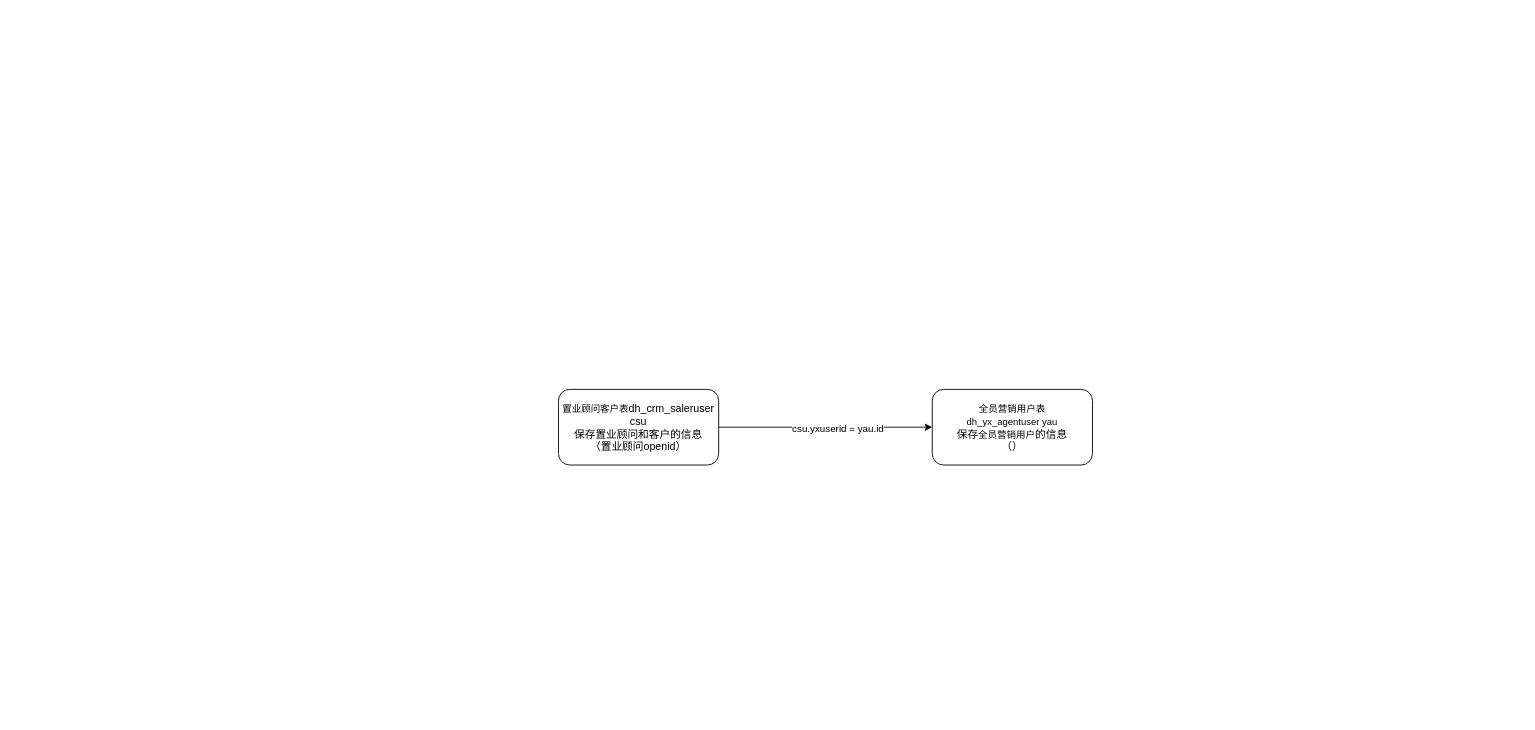
Before: page "移动案场基础表结构关系" (3 of 3) of 全民营销.drawio in juesuchen/diagrams, a draw.io diagram. Source tidied: cells renumbered, new cells numbered last; positions are measured from the earlier drawing's top-left corner, leaving out a move shared by most shapes. Both pictures are drawn from the tidied source at 89%, with x=0, y=0 at pixel (558, 389).
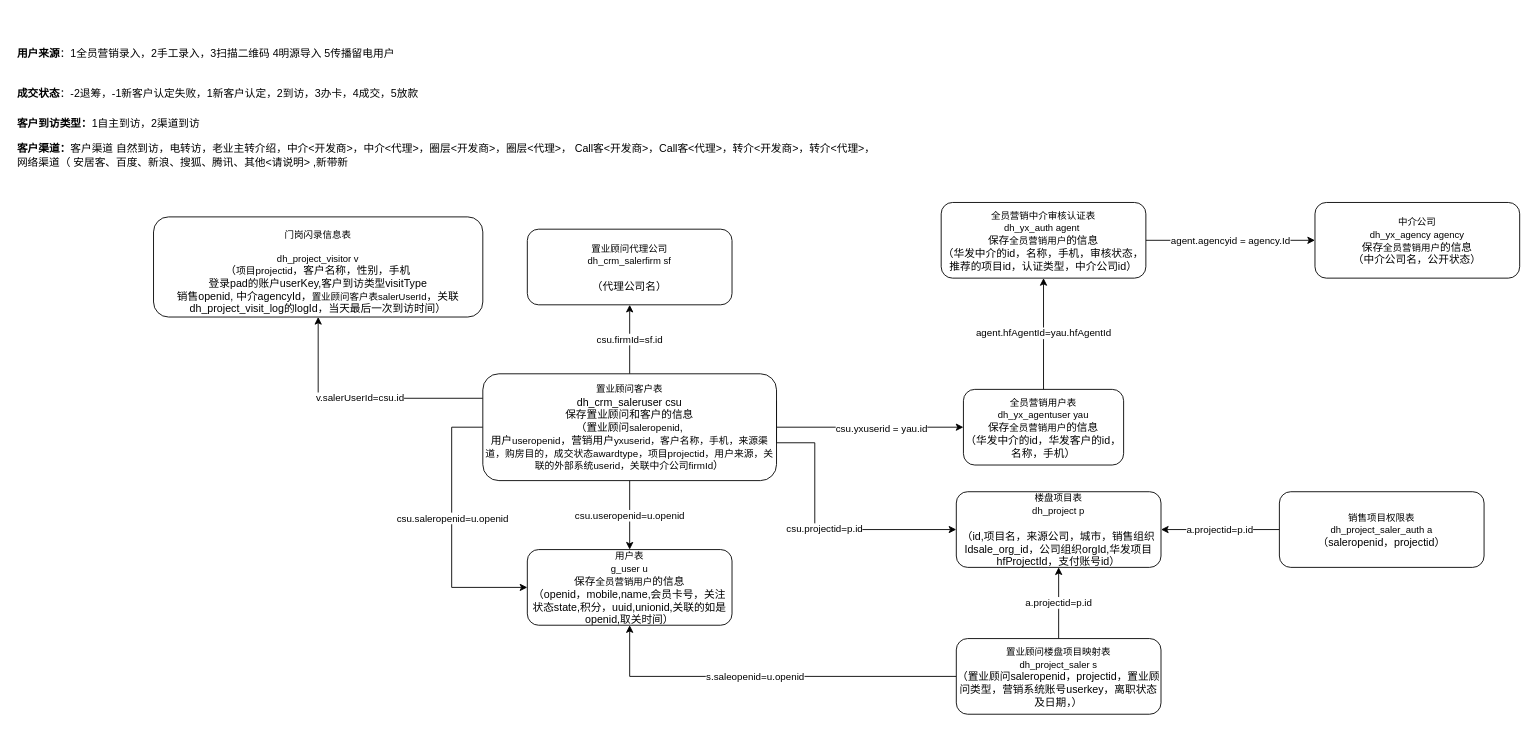
Above is the later version.

Commit message:
更新全民营销.drawio

Change to the diagram source:
```diff
@@
+    <mxCell id="6" value="csu.useropenid=u.openid" style="edgeStyle=orthogonalEdgeStyle;rounded=0;jettySize=auto;html=1;" parent="1" edge="1" source="4" target="17">
+      <mxGeometry relative="1" as="geometry" />
+    </mxCell>
+    <mxCell id="7" style="edgeStyle=orthogonalEdgeStyle;rounded=0;jettySize=auto;html=1;entryX=0;entryY=0.5;entryDx=0;entryDy=0;exitX=0;exitY=0.5;exitDx=0;exitDy=0;" parent="1" edge="1" source="4" target="17">
+      <mxGeometry relative="1" as="geometry">
+        <Array as="points">
+          <mxPoint x="-120" y="43" />
+          <mxPoint x="-120" y="223" />
+        </Array>
+      </mxGeometry>
+    </mxCell>
+    <mxCell id="8" value="csu.saleropenid=u.openid" style="edgeLabel;html=1;align=center;verticalAlign=middle;" parent="7" vertex="1">
+      <mxGeometry x="-0.09" relative="1" as="geometry" />
+    </mxCell>
+    <mxCell id="9" value="csu.firmId=sf.id" style="edgeStyle=orthogonalEdgeStyle;rounded=0;jettySize=auto;html=1;" parent="1" edge="1" source="4" target="19">
+      <mxGeometry relative="1" as="geometry" />
+    </mxCell>
+    <mxCell id="10" style="edgeStyle=orthogonalEdgeStyle;rounded=0;jettySize=auto;html=1;exitX=1;exitY=0.25;exitDx=0;exitDy=0;entryX=0;entryY=0.5;entryDx=0;entryDy=0;" parent="1" edge="1" source="4" target="20">
+      <mxGeometry relative="1" as="geometry">
+        <Array as="points">
+          <mxPoint x="245" y="60" />
+          <mxPoint x="288" y="60" />
+          <mxPoint x="288" y="158" />
+        </Array>
+      </mxGeometry>
+    </mxCell>
+    <mxCell id="11" value="csu.projectid=p.id" style="edgeLabel;html=1;align=center;verticalAlign=middle;" parent="10" vertex="1">
+      <mxGeometry x="0.14" y="1" relative="1" as="geometry" />
+    </mxCell>
+    <mxCell id="12" value="v.salerUserId=csu.id" style="edgeStyle=orthogonalEdgeStyle;rounded=0;jettySize=auto;html=1;entryX=0.5;entryY=1;entryDx=0;entryDy=0;" parent="1" edge="1" source="4" target="21">
+      <mxGeometry relative="1" as="geometry">
+        <Array as="points">
+          <mxPoint x="-270" y="10" />
+        </Array>
+      </mxGeometry>
+    </mxCell>
-    <mxCell id="4" value="&lt;span style=&quot;font-size: 8pt&quot;&gt;置业顾问客户表&lt;/span&gt;dh_crm_saleruser csu&lt;br&gt;保存置业顾问和客户的信息&lt;br&gt;（置业顾问openid）" style="rounded=1;whiteSpace=wrap;html=1;" parent="1" vertex="1">
-      <mxGeometry width="180" height="85" as="geometry" />
+    <mxCell id="4" value="&lt;span style=&quot;font-size: 8pt&quot;&gt;置业顾问客户表&lt;br&gt;&lt;/span&gt;dh_crm_saleruser csu&lt;br&gt;保存置业顾问和客户的信息&lt;br&gt;（置业顾问&lt;span style=&quot;font-size: 11px ; background-color: rgb(255 , 255 , 255)&quot;&gt;saleropenid&lt;/span&gt;,&lt;br&gt;用户&lt;span style=&quot;font-size: 11px ; background-color: rgb(255 , 255 , 255)&quot;&gt;useropenid&lt;/span&gt;，营销用户&lt;span style=&quot;background-color: rgb(255 , 255 , 255)&quot;&gt;&lt;span style=&quot;font-size: 11px&quot;&gt;yxuserid，客户名称，手机，来源渠道，购房目的，成交状态&lt;/span&gt;&lt;span style=&quot;font-size: 11px&quot;&gt;awardtype，项目projectid，用户来源，关联的外部系统&lt;/span&gt;&lt;span style=&quot;font-size: 11px&quot;&gt;userid，关联中介公司firmId&lt;/span&gt;&lt;/span&gt;）" style="rounded=1;whiteSpace=wrap;html=1;" parent="1" vertex="1">
+      <mxGeometry x="-85" y="-17.5" width="330" height="120" as="geometry" />
     </mxCell>
+    <mxCell id="13" value="agent.hfAgentId=yau.hfAgentId" style="edgeStyle=orthogonalEdgeStyle;rounded=0;jettySize=auto;html=1;entryX=0.5;entryY=1;entryDx=0;entryDy=0;" parent="1" edge="1" source="5" target="15">
+      <mxGeometry relative="1" as="geometry" />
+    </mxCell>
-    <mxCell id="5" value="&lt;span style=&quot;font-size: 8pt&quot;&gt;全员营销用户表&lt;br&gt;&lt;/span&gt;&lt;span style=&quot;font-size: 8pt&quot;&gt;dh_yx_agentuser yau&lt;/span&gt;&lt;span style=&quot;font-size: 8pt&quot;&gt;&lt;br&gt;&lt;/span&gt;保存&lt;span style=&quot;font-size: 10.6667px&quot;&gt;全员营销用户&lt;/span&gt;的信息&lt;br&gt;（）" style="rounded=1;whiteSpace=wrap;html=1;" parent="1" vertex="1">
-      <mxGeometry x="420" width="180" height="85" as="geometry" />
+    <mxCell id="5" value="&lt;span style=&quot;font-size: 8pt&quot;&gt;全员营销用户表&lt;br&gt;&lt;/span&gt;&lt;span style=&quot;font-size: 8pt&quot;&gt;dh_yx_agentuser yau&lt;/span&gt;&lt;span style=&quot;font-size: 8pt&quot;&gt;&lt;br&gt;&lt;/span&gt;保存&lt;span style=&quot;font-size: 10.6667px&quot;&gt;全员营销用户&lt;/span&gt;的信息&lt;br&gt;（华发中介的id，华发客户的id，&lt;br&gt;名称，手机）" style="rounded=1;whiteSpace=wrap;html=1;" parent="1" vertex="1">
+      <mxGeometry x="455" width="180" height="85" as="geometry" />
     </mxCell>
+    <mxCell id="14" value="agent.agencyid = agency.Id" style="edgeStyle=orthogonalEdgeStyle;rounded=0;jettySize=auto;html=1;" parent="1" edge="1" source="15" target="16">
+      <mxGeometry relative="1" as="geometry" />
+    </mxCell>
+    <mxCell id="15" value="&lt;span style=&quot;font-size: 8pt&quot;&gt;全员营销中介审核认证表&lt;br&gt;&lt;/span&gt;&lt;span style=&quot;font-size: 10.6667px&quot;&gt;dh_yx_auth agent&lt;/span&gt;&lt;span style=&quot;font-size: 8pt&quot;&gt;&amp;nbsp;&lt;/span&gt;&lt;span style=&quot;font-size: 8pt&quot;&gt;&lt;br&gt;&lt;/span&gt;保存&lt;span style=&quot;font-size: 10.6667px&quot;&gt;全员营销用户&lt;/span&gt;的信息&lt;br&gt;（华发中介的id，名称，手机，审核状态，推荐的项目id，认证类型，中介公司id）" style="rounded=1;whiteSpace=wrap;html=1;" parent="1" vertex="1">
+      <mxGeometry x="430" y="-210" width="230" height="85" as="geometry" />
+    </mxCell>
+    <mxCell id="16" value="&lt;span style=&quot;font-size: 10.6667px&quot;&gt;中介公司&lt;/span&gt;&lt;br&gt;&lt;span style=&quot;font-size: 10.6667px&quot;&gt;dh_yx_agency&amp;nbsp;agency&lt;/span&gt;&lt;span style=&quot;font-size: 8pt&quot;&gt;&lt;br&gt;&lt;/span&gt;保存&lt;span style=&quot;font-size: 10.6667px&quot;&gt;全员营销用户&lt;/span&gt;的信息&lt;br&gt;（中介公司名，公开状态）" style="rounded=1;whiteSpace=wrap;html=1;" parent="1" vertex="1">
+      <mxGeometry x="850" y="-210" width="230" height="85" as="geometry" />
+    </mxCell>
+    <mxCell id="17" value="&lt;span style=&quot;font-size: 10.6667px&quot;&gt;用户表&lt;/span&gt;&lt;br&gt;&lt;span style=&quot;font-size: 10.6667px&quot;&gt;g_user u&lt;/span&gt;&lt;span style=&quot;font-size: 8pt&quot;&gt;&lt;br&gt;&lt;/span&gt;保存&lt;span style=&quot;font-size: 10.6667px&quot;&gt;全员营销用户&lt;/span&gt;的信息&lt;br&gt;（openid，mobile,name,会员卡号，关注状态state,积分，uuid,unionid,关联的如是openid,取关时间）" style="rounded=1;whiteSpace=wrap;html=1;" parent="1" vertex="1">
+      <mxGeometry x="-35" y="180" width="230" height="85" as="geometry" />
+    </mxCell>
+    <mxCell id="18" value="&lt;h1&gt;&lt;b style=&quot;font-size: 12px&quot;&gt;用户来源&lt;/b&gt;&lt;span style=&quot;font-size: 12px ; font-weight: normal&quot;&gt;：1全员营销录入，2手工录入，3扫描二维码 4明源导入 5传播留电用户&lt;/span&gt;&lt;/h1&gt;&lt;h1&gt;&lt;b style=&quot;font-size: 12px&quot;&gt;成交状态&lt;/b&gt;&lt;span style=&quot;font-size: 12px ; font-weight: normal&quot;&gt;：-2退筹，-1新客户认定失败，1新客户认定，2到访，3办卡，4成交，5放款&lt;/span&gt;&lt;/h1&gt;&lt;b&gt;客户到访类型：&lt;/b&gt;1自主到访，2渠道到访&lt;div&gt;&lt;span style=&quot;font-weight: normal ; font-size: 12px&quot;&gt;&lt;br&gt;&lt;/span&gt;&lt;/div&gt;&lt;div&gt;&lt;b&gt;客户渠道：&lt;/b&gt;客户渠道 自然到访，电转访，老业主转介绍，中介&amp;lt;开发商&amp;gt;，中介&amp;lt;代理&amp;gt;，圈层&amp;lt;开发商&amp;gt;，圈层&amp;lt;代理&amp;gt;， Call客&amp;lt;开发商&amp;gt;，Call客&amp;lt;代理&amp;gt;，转介&amp;lt;开发商&amp;gt;，转介&amp;lt;代理&amp;gt;，网络渠道（ 安居客、百度、新浪、搜狐、腾讯、其他&amp;lt;请说明&amp;gt; ,新带新&lt;/div&gt;&lt;b&gt;&lt;/b&gt;" style="text;html=1;strokeColor=none;fillColor=none;align=left;verticalAlign=middle;whiteSpace=wrap;rounded=0;spacing=2;spacingBottom=0;spacingTop=0;" parent="1" vertex="1">
+      <mxGeometry x="-610" y="-420" width="970" height="180" as="geometry" />
+    </mxCell>
+    <mxCell id="19" value="&lt;span style=&quot;font-size: 10.6667px&quot;&gt;置业顾问代理公司&lt;/span&gt;&lt;br&gt;&lt;span style=&quot;font-size: 10.6667px&quot;&gt;dh_crm_salerfirm&amp;nbsp;sf&lt;/span&gt;&lt;br&gt;&lt;br&gt;（代理公司名）" style="rounded=1;whiteSpace=wrap;html=1;" parent="1" vertex="1">
+      <mxGeometry x="-35" y="-180" width="230" height="85" as="geometry" />
+    </mxCell>
+    <mxCell id="20" value="&lt;span style=&quot;font-size: 10.6667px&quot;&gt;楼盘项目表&lt;/span&gt;&lt;br&gt;&lt;span style=&quot;font-size: 10.6667px&quot;&gt;dh_project&amp;nbsp;p&lt;/span&gt;&lt;br&gt;&lt;br&gt;（id,项目名，来源公司，城市，销售组织Idsale_org_id，公司组织orgId,华发项目hfProjectId，支付账号id）" style="rounded=1;whiteSpace=wrap;html=1;" parent="1" vertex="1">
+      <mxGeometry x="447" y="115" width="230" height="85" as="geometry" />
+    </mxCell>
+    <mxCell id="21" value="&lt;p class=&quot;MsoNormal&quot;&gt;&lt;span style=&quot;font-size: 8.0000pt&quot;&gt;门岗闪录信息表&lt;/span&gt;&lt;/p&gt;&lt;span style=&quot;font-size: 10.6667px&quot;&gt;dh_project_visitor v&lt;/span&gt;&lt;br&gt;（&lt;span style=&quot;font-size: 11px ; background-color: rgb(255 , 255 , 255)&quot;&gt;项目projectid&lt;/span&gt;，客户名称，性别，手机&lt;br&gt;登录pad的账户userKey,客户到访类型visitType&lt;br&gt;销售openid, 中介agencyId，&lt;span style=&quot;font-size: 10.6667px&quot;&gt;置业顾问客户表salerUserId&lt;/span&gt;，关联dh_project_visit_log的logId，当天最后一次到访时间）" style="rounded=1;whiteSpace=wrap;html=1;" parent="1" vertex="1">
+      <mxGeometry x="-455" y="-193.8" width="370" height="112.5" as="geometry" />
+    </mxCell>
+    <mxCell id="22" value="a.projectid=p.id" style="edgeStyle=orthogonalEdgeStyle;rounded=0;jettySize=auto;html=1;entryX=1;entryY=0.5;entryDx=0;entryDy=0;" parent="1" edge="1" source="23" target="20">
+      <mxGeometry relative="1" as="geometry" />
+    </mxCell>
+    <mxCell id="23" value="&lt;span style=&quot;font-size: 8pt&quot;&gt;销售项目权限表&lt;br&gt;&lt;/span&gt;&lt;span style=&quot;font-size: 10.6667px&quot;&gt;dh_project_saler_auth a&lt;/span&gt;&lt;br&gt;（saleropenid，projectid）" style="rounded=1;whiteSpace=wrap;html=1;" parent="1" vertex="1">
+      <mxGeometry x="810" y="115" width="230" height="85" as="geometry" />
+    </mxCell>
+    <mxCell id="24" value="&lt;span style=&quot;color: rgb(0 , 0 , 0) ; font-family: &amp;#34;helvetica&amp;#34; ; font-size: 11px ; font-style: normal ; font-weight: 400 ; letter-spacing: normal ; text-align: center ; text-indent: 0px ; text-transform: none ; word-spacing: 0px ; background-color: rgb(255 , 255 , 255) ; display: inline ; float: none&quot;&gt;a.projectid=p.id&lt;/span&gt;" style="edgeStyle=orthogonalEdgeStyle;rounded=0;jettySize=auto;html=1;" parent="1" edge="1" source="27" target="20">
+      <mxGeometry relative="1" as="geometry" />
+    </mxCell>
+    <mxCell id="25" style="edgeStyle=orthogonalEdgeStyle;rounded=0;jettySize=auto;html=1;entryX=0.5;entryY=1;entryDx=0;entryDy=0;" parent="1" edge="1" source="27" target="17">
+      <mxGeometry relative="1" as="geometry" />
+    </mxCell>
+    <mxCell id="26" value="s.saleopenid=u.openid" style="edgeLabel;html=1;align=center;verticalAlign=middle;" parent="25" vertex="1">
+      <mxGeometry x="0.07" relative="1" as="geometry" />
+    </mxCell>
+    <mxCell id="27" value="&lt;span style=&quot;font-size: 10.6667px&quot;&gt;置业顾问楼盘项目映射表&lt;br&gt;dh_project_saler s&lt;/span&gt;&lt;br&gt;（置业顾问saleropenid，projectid，置业顾问类型，营销系统账号userkey，离职状态及日期，）" style="rounded=1;whiteSpace=wrap;html=1;" parent="1" vertex="1">
+      <mxGeometry x="447" y="280" width="230" height="85" as="geometry" />
+    </mxCell>
```
